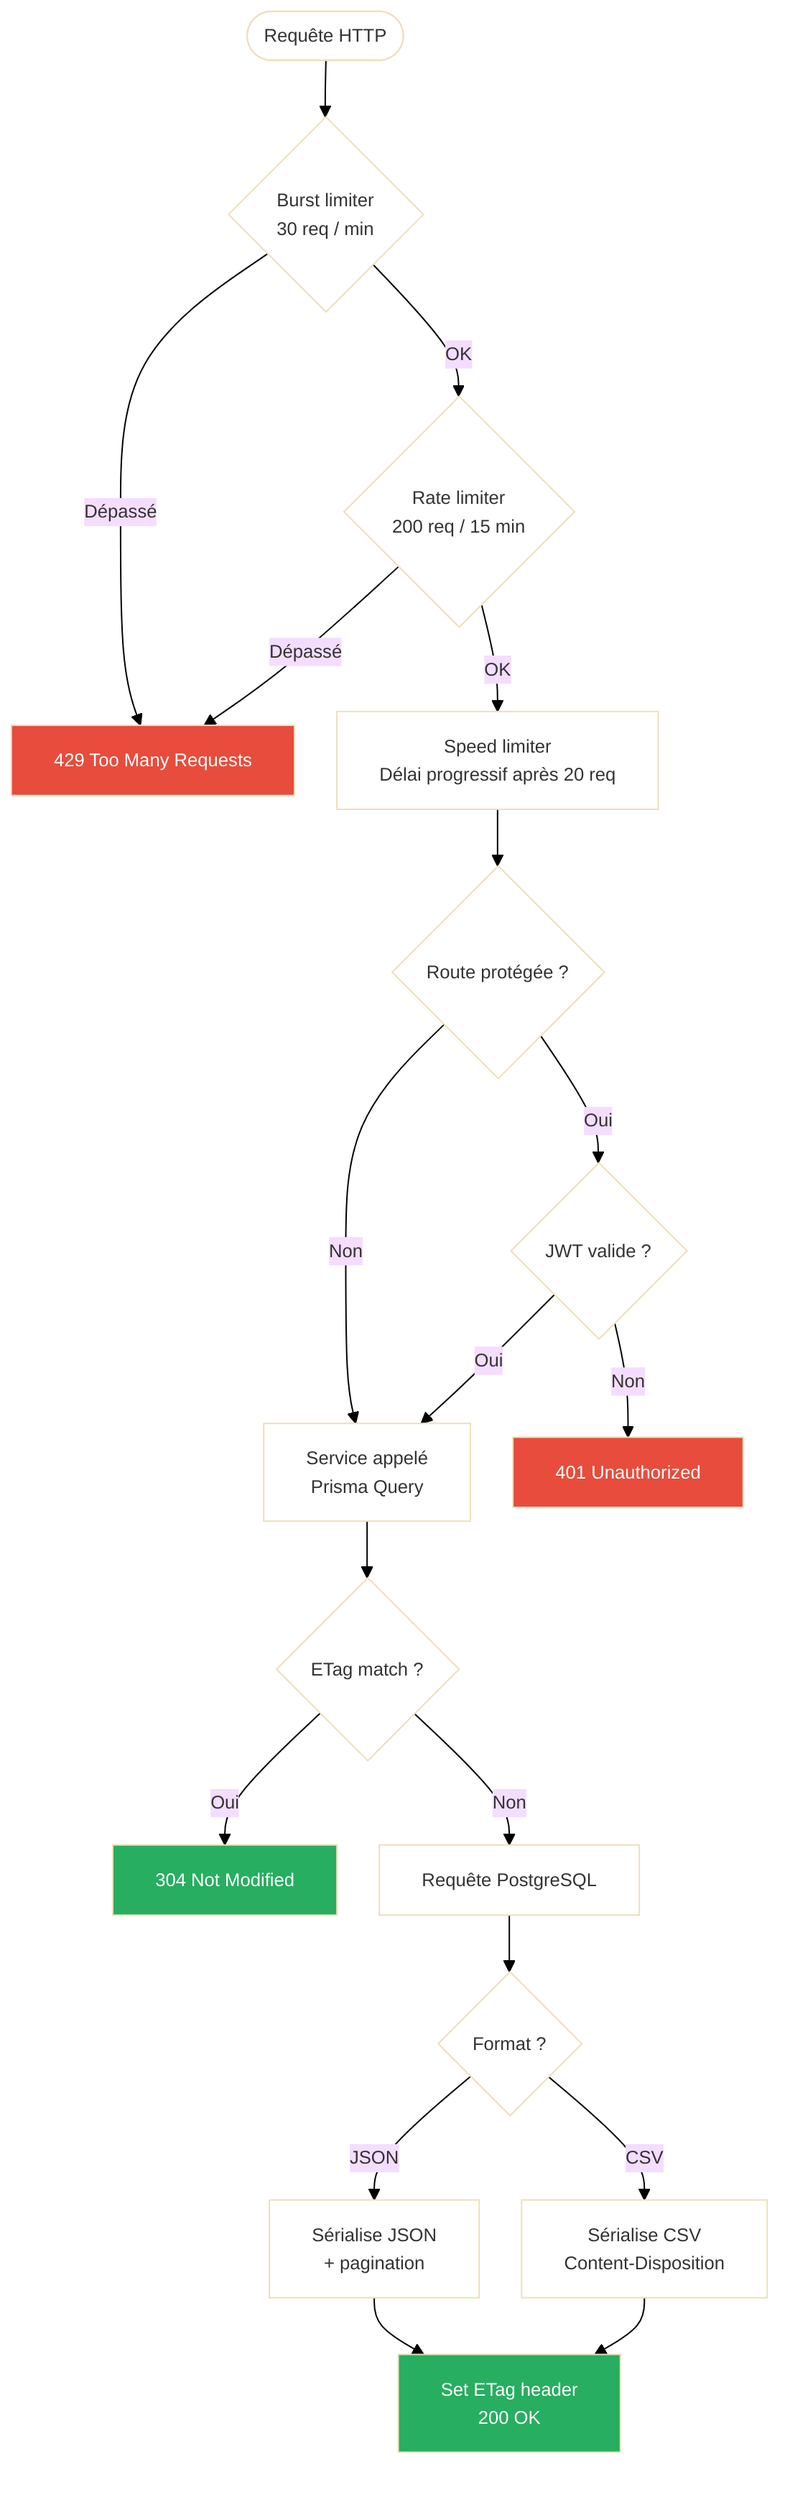
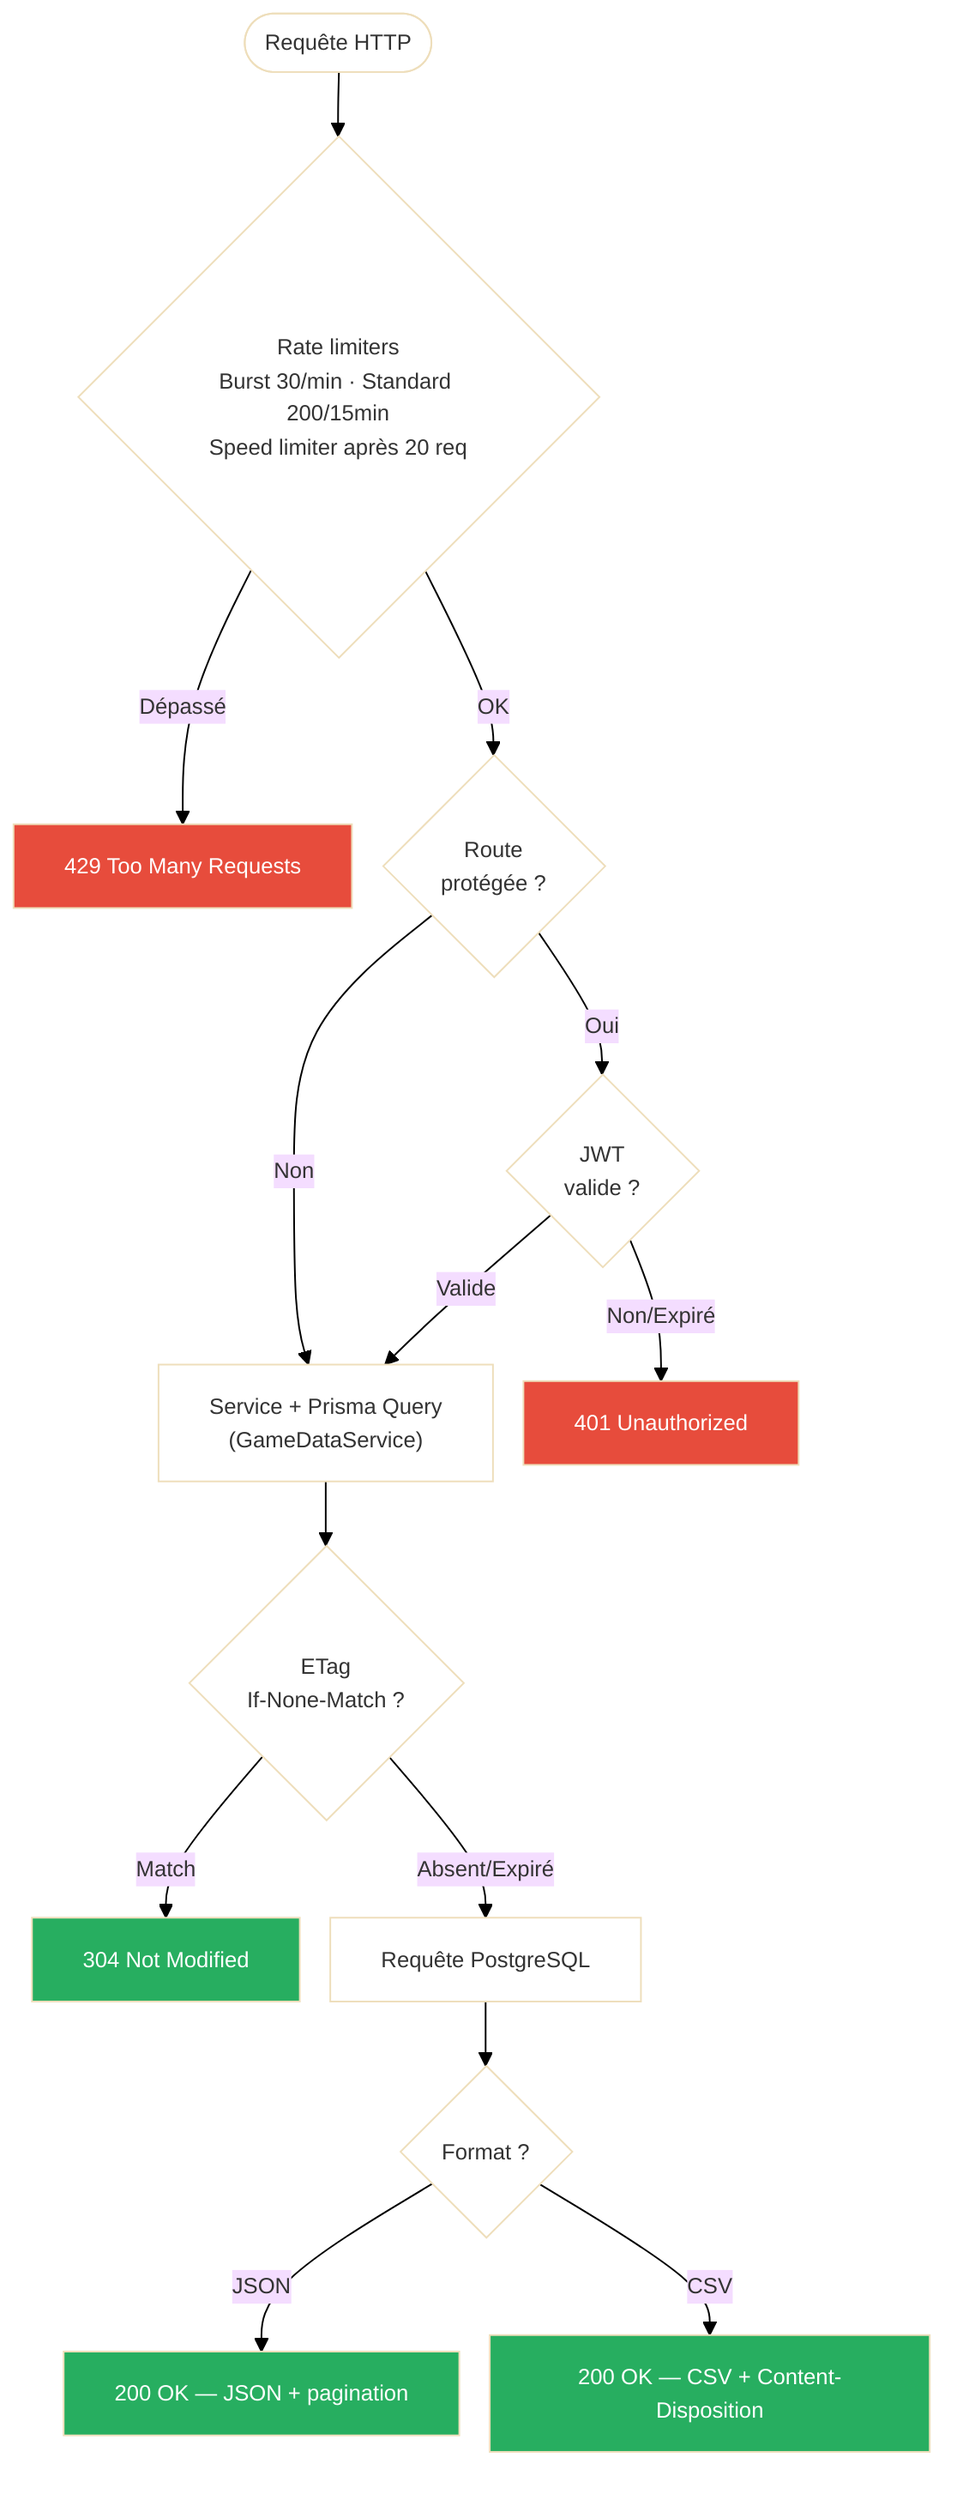
- %%{init: {'theme': 'base', 'themeVariables': {'background': '#ffffff', 'mainBkg': '#ffffff', 'fontSize': '13px', 'fontFamily': 'Arial'}, 'flowchart': {'nodeSpacing': 30, 'rankSpacing': 40, 'useMaxWidth': true}}}%%
+ %%{init: {'theme': 'base', 'themeVariables': {'background': '#ffffff', 'mainBkg': '#ffffff', 'fontSize': '13px', 'fontFamily': 'Arial'}, 'flowchart': {'nodeSpacing': 18, 'rankSpacing': 38, 'useMaxWidth': true}}}%%
flowchart TD
-     A([Requête HTTP]) --> B
+     A([Requête HTTP]) --> B{"Rate limiters\nBurst 30/min · Standard 200/15min\nSpeed limiter après 20 req"}
+     B -- Dépassé --> ERR1["429 Too Many Requests"]
+     B -- OK --> C{"Route\nprotégée ?"}

-     B{Burst limiter\n30 req / min}
-     B -- Dépassé --> C[429 Too Many Requests]
-     B -- OK --> D
+     C -- Non --> F
+     C -- Oui --> D{"JWT\nvalide ?"}
+     D -- Non/Expiré --> ERR2["401 Unauthorized"]
+     D -- Valide --> F

-     D{Rate limiter\n200 req / 15 min}
-     D -- Dépassé --> C
-     D -- OK --> E
+     F["Service + Prisma Query\n(GameDataService)"] --> G{"ETag\nIf-None-Match ?"}
+     G -- Match --> OK1["304 Not Modified"]
+     G -- Absent/Expiré --> H[Requête PostgreSQL]

-     E[Speed limiter\nDélai progressif après 20 req]
-     E --> F
+     H --> I{"Format ?"}
+     I -- JSON --> OK2["200 OK — JSON + pagination"]
+     I -- CSV --> OK3["200 OK — CSV + Content-Disposition"]

-     F{Route protégée ?}
-     F -- Oui --> G
-     F -- Non --> I
- 
-     G{JWT valide ?}
-     G -- Non --> H[401 Unauthorized]
-     G -- Oui --> I
- 
-     I[Service appelé\nPrisma Query]
-     I --> J
- 
-     J{ETag match ?}
-     J -- Oui --> K[304 Not Modified]
-     J -- Non --> L[Requête PostgreSQL]
- 
-     L --> M{Format ?}
-     M -- JSON --> N[Sérialise JSON\n+ pagination]
-     M -- CSV --> O[Sérialise CSV\nContent-Disposition]
-     N --> P[Set ETag header\n200 OK]
-     O --> P
- 
-     style C fill:#e74c3c,color:#fff
-     style H fill:#e74c3c,color:#fff
-     style K fill:#27ae60,color:#fff
-     style P fill:#27ae60,color:#fff
+     style ERR1 fill:#e74c3c,color:#fff
+     style ERR2 fill:#e74c3c,color:#fff
+     style OK1 fill:#27ae60,color:#fff
+     style OK2 fill:#27ae60,color:#fff
+     style OK3 fill:#27ae60,color:#fff
